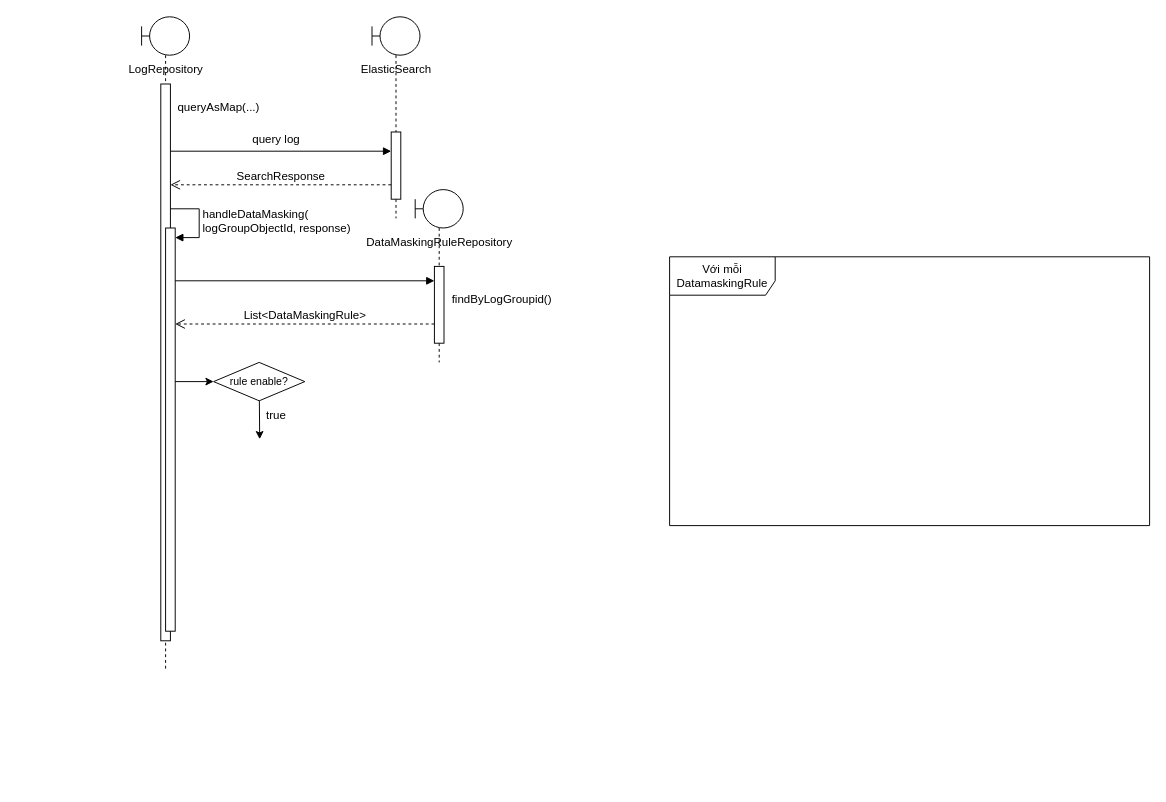
Earlier version of the draw.io diagram page "Trang-5" (5 of 5) of data masking.drawio (hiep1097/drawio). Source tidied: cells renumbered, new cells numbered last; positions are measured from the earlier drawing's top-left corner, leaving out a move shared by most shapes. Both pictures are drawn from the tidied source at 96%, with x=0, y=0 at pixel (117, 16).
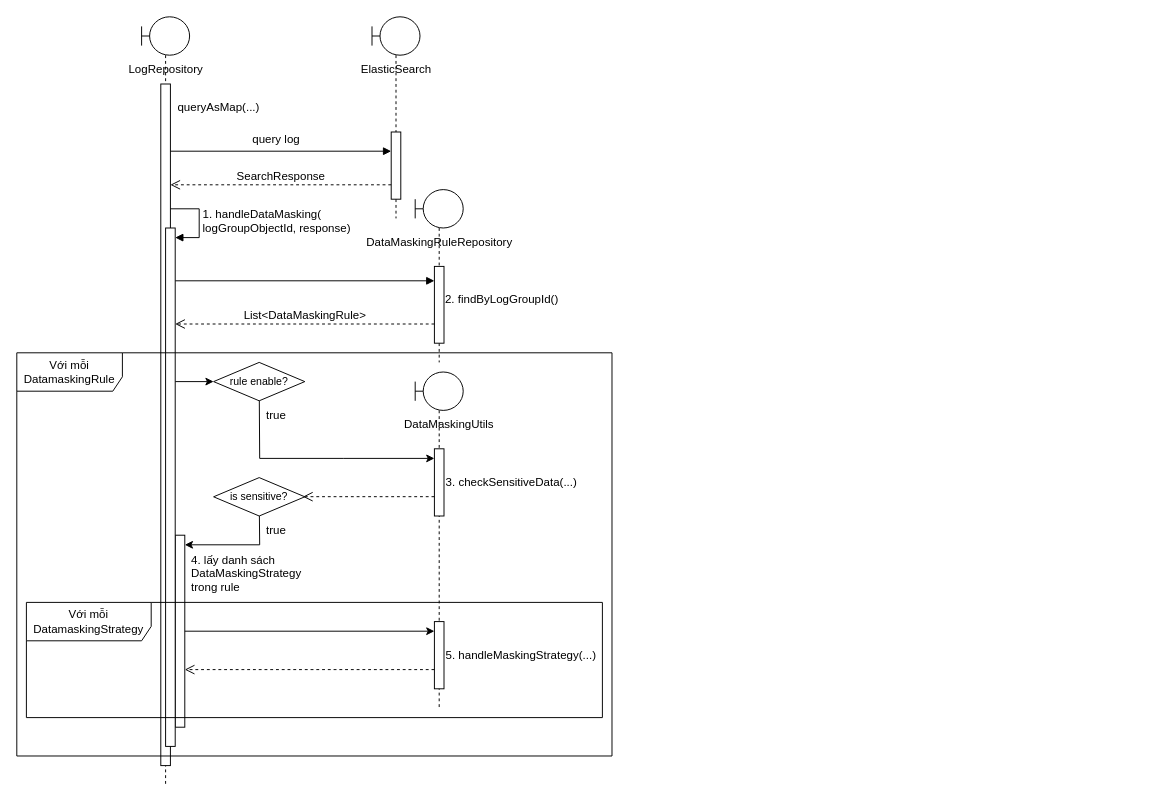
The same diagram, later.

Commit message:
Cập nhật data masking.drawio

The change refers to these unchanged cells:
```xml
<mxCell id="20" value="rule enable?" style="rhombus;whiteSpace=wrap;html=1;fontSize=11;" parent="1" vertex="1">
  <mxGeometry x="100" y="360" width="95" height="40" as="geometry" />
</mxCell>
```

The edit, as a diff of the source:
```diff
@@
     <mxCell id="2" style="shape=umlLifeline;perimeter=lifelinePerimeter;whiteSpace=wrap;html=1;newEdgeStyle={&quot;curved&quot;:0,&quot;rounded&quot;:0};participant=umlBoundary;fontSize=12;" parent="1" vertex="1">
-      <mxGeometry x="25" width="50" height="680" as="geometry" />
+      <mxGeometry x="25" width="50" height="800" as="geometry" />
     </mxCell>
     <mxCell id="3" style="html=1;perimeter=orthogonalPerimeter;targetShapes=umlLifeline;newEdgeStyle={&quot;curved&quot;:0,&quot;rounded&quot;:0};fontSize=12;" parent="2" vertex="1">
-      <mxGeometry x="20" y="70" width="10" height="580" as="geometry" />
+      <mxGeometry x="20" y="70" width="10" height="710" as="geometry" />
     </mxCell>
+    <mxCell id="25" style="html=1;points=[[0,0,0,0,5],[0,1,0,0,-5],[1,0,0,0,5],[1,1,0,0,-5]];perimeter=orthogonalPerimeter;outlineConnect=0;targetShapes=umlLifeline;portConstraint=eastwest;newEdgeStyle={&quot;curved&quot;:0,&quot;rounded&quot;:0};" parent="2" vertex="1">
+      <mxGeometry x="35" y="540" width="10" height="200" as="geometry" />
+    </mxCell>
@@
-    <mxCell id="12" style="html=1;points=[[0,0,0,0,5],[0,1,0,0,-5],[1,0,0,0,5],[1,1,0,0,-5]];perimeter=orthogonalPerimeter;outlineConnect=0;targetShapes=umlLifeline;portConstraint=eastwest;newEdgeStyle={&quot;curved&quot;:0,&quot;rounded&quot;:0};" parent="1" vertex="1">
-      <mxGeometry x="50" y="220" width="10" height="420" as="geometry" />
-    </mxCell>
-    <mxCell id="13" value="handleDataMasking(&lt;br&gt;logGroupObjectId, response)" style="html=1;align=left;spacingLeft=2;endArrow=block;rounded=0;edgeStyle=orthogonalEdgeStyle;curved=0;rounded=0;fontSize=12;" parent="1" edge="1" target="12">
-      <mxGeometry relative="1" as="geometry">
+    <mxCell id="13" value="1. handleDataMasking(&lt;br&gt;logGroupObjectId, response)" style="html=1;align=left;spacingLeft=2;endArrow=block;rounded=0;edgeStyle=orthogonalEdgeStyle;curved=0;rounded=0;fontSize=12;" parent="1" edge="1" target="12">
+      <mxGeometry x="0.01" relative="1" as="geometry">
         <mxPoint x="55" y="200" as="sourcePoint" />
         <Array as="points">
           <mxPoint x="85" y="230" />
         </Array>
       </mxGeometry>
     </mxCell>
@@
-    <mxCell id="19" value="findByLogGroupid()" style="text;html=1;align=center;verticalAlign=middle;strokeColor=none;fillColor=none;" parent="1" vertex="1">
-      <mxGeometry x="335" y="280" width="130" height="30" as="geometry" />
+    <mxCell id="19" value="2. findByLogGroupId()" style="text;html=1;align=center;verticalAlign=middle;strokeColor=none;fillColor=none;" parent="1" vertex="1">
+      <mxGeometry x="330" y="280" width="140" height="30" as="geometry" />
     </mxCell>
@@
-    <mxCell id="22" value="Với mỗi&lt;br&gt;DatamaskingRule" style="shape=umlFrame;whiteSpace=wrap;html=1;width=110;height=40;" parent="1" vertex="1">
-      <mxGeometry x="575" y="250" width="500" height="280" as="geometry" />
-    </mxCell>
-    <mxCell id="23" style="endArrow=classic;html=1;rounded=0;" parent="1" edge="1" source="20">
+    <mxCell id="23" style="endArrow=classic;html=1;rounded=0;" parent="1" edge="1" source="20" target="27">
       <mxGeometry relative="1" as="geometry">
-        <mxPoint x="148" y="440" as="targetPoint" />
+        <Array as="points">
+          <mxPoint x="148" y="460" />
+          <mxPoint x="235" y="460" />
+        </Array>
       </mxGeometry>
     </mxCell>
@@
+    <mxCell id="26" style="shape=umlLifeline;perimeter=lifelinePerimeter;whiteSpace=wrap;html=1;newEdgeStyle={&quot;curved&quot;:0,&quot;rounded&quot;:0};participant=umlBoundary;fontSize=12;" parent="1" vertex="1">
+      <mxGeometry x="310" y="370" width="50" height="350" as="geometry" />
+    </mxCell>
+    <mxCell id="27" style="html=1;points=[[0,0,0,0,5],[0,1,0,0,-5],[1,0,0,0,5],[1,1,0,0,-5]];perimeter=orthogonalPerimeter;outlineConnect=0;targetShapes=umlLifeline;portConstraint=eastwest;newEdgeStyle={&quot;curved&quot;:0,&quot;rounded&quot;:0};fontSize=12;" parent="26" vertex="1">
+      <mxGeometry x="20" y="80" width="10" height="70" as="geometry" />
+    </mxCell>
+    <mxCell id="28" style="html=1;perimeter=orthogonalPerimeter;targetShapes=umlLifeline;newEdgeStyle={&quot;curved&quot;:0,&quot;rounded&quot;:0};fontSize=12;" parent="26" vertex="1">
+      <mxGeometry x="20" y="260" width="10" height="70" as="geometry" />
+    </mxCell>
+    <mxCell id="29" value="DataMaskingUtils" style="text;html=1;align=center;verticalAlign=middle;strokeColor=none;fillColor=none;fontSize=12;" parent="1" vertex="1">
+      <mxGeometry x="285" y="410" width="120" height="30" as="geometry" />
+    </mxCell>
+    <mxCell id="30" value="3. checkSensitiveData(...)" style="text;html=1;align=center;verticalAlign=middle;strokeColor=none;fillColor=none;" parent="1" vertex="1">
+      <mxGeometry x="330" y="470" width="160" height="30" as="geometry" />
+    </mxCell>
+    <mxCell id="31" style="html=1;verticalAlign=bottom;endArrow=open;dashed=1;endSize=8;curved=0;rounded=0;fontSize=12;entryX=0.98;entryY=0.497;entryDx=0;entryDy=0;entryPerimeter=0;" parent="1" edge="1" source="27" target="32">
+      <mxGeometry relative="1" as="geometry" />
+    </mxCell>
+    <mxCell id="32" value="is sensitive?" style="rhombus;whiteSpace=wrap;html=1;fontSize=11;" parent="1" vertex="1">
+      <mxGeometry x="100" y="480" width="95" height="40" as="geometry" />
+    </mxCell>
+    <mxCell id="33" value="true" style="text;html=1;align=center;verticalAlign=middle;strokeColor=none;fillColor=none;" parent="1" vertex="1">
+      <mxGeometry x="145" y="520" width="40" height="30" as="geometry" />
+    </mxCell>
+    <mxCell id="34" value="4. lấy danh sách &lt;br&gt;DataMaskingStrategy &lt;br&gt;trong rule" style="text;html=1;align=left;verticalAlign=middle;strokeColor=none;fillColor=none;" parent="1" vertex="1">
+      <mxGeometry x="75" y="550" width="140" height="60" as="geometry" />
+    </mxCell>
+    <mxCell id="35" style="endArrow=classic;html=1;rounded=0;" parent="1" edge="1" source="32" target="25">
+      <mxGeometry relative="1" as="geometry">
+        <Array as="points">
+          <mxPoint x="148" y="550" />
+        </Array>
+      </mxGeometry>
+    </mxCell>
+    <mxCell id="36" style="endArrow=classic;html=1;rounded=0;" parent="1" edge="1">
+      <mxGeometry relative="1" as="geometry">
+        <mxPoint x="70" y="640" as="sourcePoint" />
+        <mxPoint x="330" y="640" as="targetPoint" />
+      </mxGeometry>
+    </mxCell>
+    <mxCell id="37" value="5. handleMaskingStrategy(...)" style="text;html=1;align=center;verticalAlign=middle;strokeColor=none;fillColor=none;" parent="1" vertex="1">
+      <mxGeometry x="330" y="650" width="180" height="30" as="geometry" />
+    </mxCell>
+    <mxCell id="38" style="html=1;verticalAlign=bottom;endArrow=open;dashed=1;endSize=8;curved=0;rounded=0;fontSize=12;" parent="1" edge="1" target="25">
+      <mxGeometry relative="1" as="geometry">
+        <mxPoint x="330" y="680" as="sourcePoint" />
+      </mxGeometry>
+    </mxCell>
+    <mxCell id="12" style="html=1;points=[[0,0,0,0,5],[0,1,0,0,-5],[1,0,0,0,5],[1,1,0,0,-5]];perimeter=orthogonalPerimeter;outlineConnect=0;targetShapes=umlLifeline;portConstraint=eastwest;newEdgeStyle={&quot;curved&quot;:0,&quot;rounded&quot;:0};" parent="1" vertex="1">
+      <mxGeometry x="50" y="220" width="10" height="540" as="geometry" />
+    </mxCell>
+    <mxCell id="22" value="Với mỗi&lt;br&gt;DatamaskingRule" style="shape=umlFrame;whiteSpace=wrap;html=1;width=110;height=40;" parent="1" vertex="1">
+      <mxGeometry x="-105" y="350" width="620" height="420" as="geometry" />
+    </mxCell>
+    <mxCell id="39" value="Với mỗi&lt;br&gt;DatamaskingStrategy" style="shape=umlFrame;whiteSpace=wrap;html=1;width=130;height=40;" parent="1" vertex="1">
+      <mxGeometry x="-95" y="610" width="600" height="120" as="geometry" />
+    </mxCell>
```
